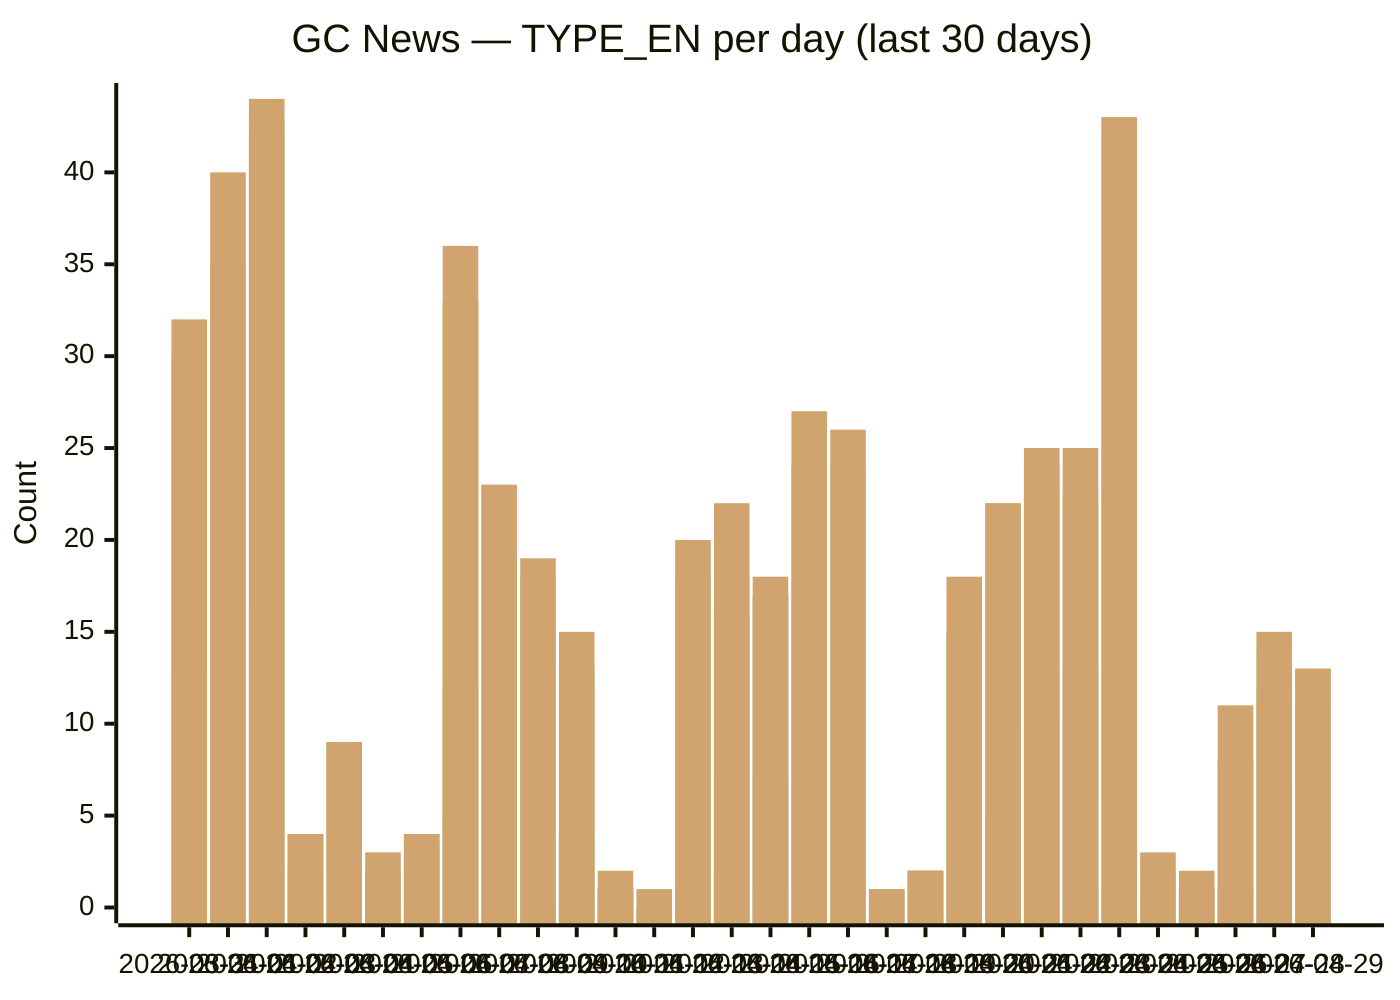
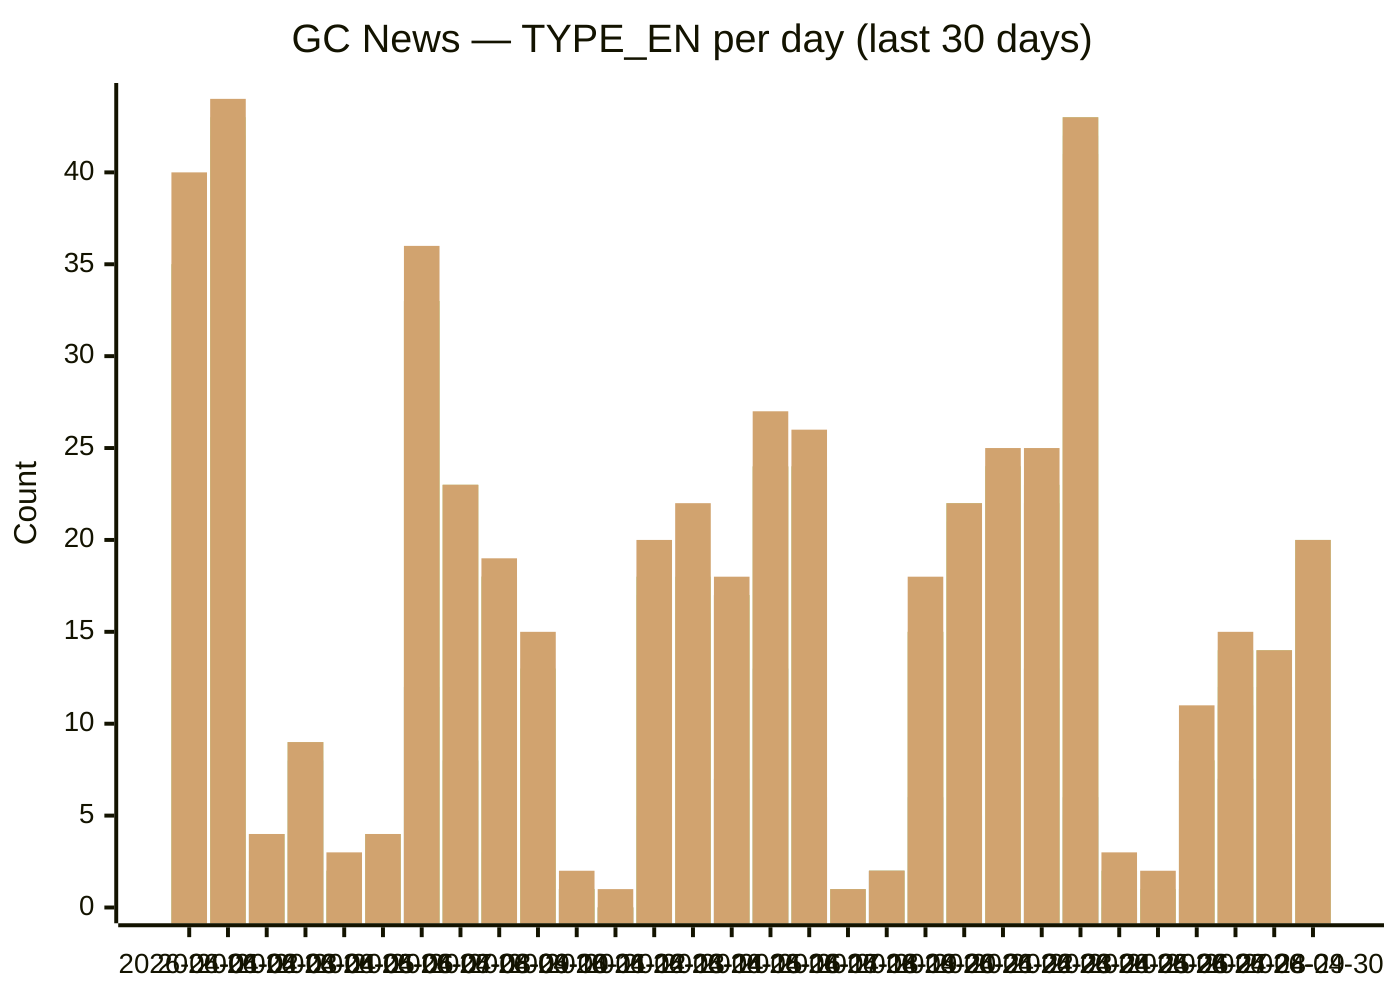
xychart-beta
  title "GC News — TYPE_EN per day (last 30 days)"
-   x-axis [2026-03-31, 2026-04-01, 2026-04-02, 2026-04-03, 2026-04-04, 2026-04-05, 2026-04-06, 2026-04-07, 2026-04-08, 2026-04-09, 2026-04-10, 2026-04-11, 2026-04-12, 2026-04-13, 2026-04-14, 2026-04-15, 2026-04-16, 2026-04-17, 2026-04-18, 2026-04-19, 2026-04-20, 2026-04-21, 2026-04-22, 2026-04-23, 2026-04-24, 2026-04-25, 2026-04-26, 2026-04-27, 2026-04-28, 2026-04-29]
+   x-axis [2026-04-01, 2026-04-02, 2026-04-03, 2026-04-04, 2026-04-05, 2026-04-06, 2026-04-07, 2026-04-08, 2026-04-09, 2026-04-10, 2026-04-11, 2026-04-12, 2026-04-13, 2026-04-14, 2026-04-15, 2026-04-16, 2026-04-17, 2026-04-18, 2026-04-19, 2026-04-20, 2026-04-21, 2026-04-22, 2026-04-23, 2026-04-24, 2026-04-25, 2026-04-26, 2026-04-27, 2026-04-28, 2026-04-29, 2026-04-30]
  y-axis "Count" 0 --> 44
-   bar backgrounders [3, 1, 5, 1, 0, 0, 0, 5, 1, 1, 0, 0, 0, 3, 2, 1, 0, 3, 0, 0, 3, 1, 2, 1, 5, 0, 0, 1, 1, 0]
-   bar "media advisories" [13, 13, 16, 2, 8, 1, 3, 12, 8, 3, 4, 1, 0, 5, 7, 7, 13, 6, 0, 2, 6, 5, 10, 13, 6, 0, 1, 1, 7, 4]
-   bar "news releases" [29, 35, 42, 4, 9, 2, 4, 33, 23, 18, 12, 1, 0, 17, 16, 17, 24, 24, 1, 2, 15, 21, 24, 22, 41, 1, 1, 8, 11, 11]
-   bar readouts [29, 35, 42, 4, 9, 2, 4, 33, 23, 18, 13, 1, 0, 18, 16, 17, 24, 24, 1, 2, 15, 22, 24, 22, 42, 2, 1, 8, 12, 11]
-   bar speeches [30, 35, 43, 4, 9, 2, 4, 33, 23, 18, 13, 1, 0, 18, 18, 17, 24, 24, 1, 2, 15, 22, 24, 23, 43, 2, 1, 8, 14, 13]
-   bar statements [32, 40, 44, 4, 9, 3, 4, 36, 23, 19, 15, 2, 1, 20, 22, 18, 27, 26, 1, 2, 18, 22, 25, 25, 43, 3, 2, 11, 15, 13]
+   bar backgrounders [1, 5, 1, 0, 0, 0, 5, 1, 1, 0, 0, 0, 3, 2, 1, 0, 3, 0, 0, 3, 1, 2, 1, 5, 0, 0, 1, 1, 0, 1]
+   bar "media advisories" [13, 16, 2, 8, 1, 3, 12, 8, 3, 4, 1, 0, 5, 7, 7, 13, 6, 0, 2, 6, 5, 10, 13, 6, 0, 1, 1, 7, 4, 13]
+   bar "news releases" [35, 42, 4, 9, 2, 4, 33, 23, 18, 12, 1, 0, 17, 16, 17, 24, 24, 1, 2, 15, 21, 24, 22, 41, 1, 1, 8, 11, 12, 19]
+   bar readouts [35, 42, 4, 9, 2, 4, 33, 23, 18, 13, 1, 0, 18, 16, 17, 24, 24, 1, 2, 15, 22, 24, 22, 42, 2, 1, 8, 12, 12, 19]
+   bar speeches [35, 43, 4, 9, 2, 4, 33, 23, 18, 13, 1, 0, 18, 18, 17, 24, 24, 1, 2, 15, 22, 24, 23, 43, 2, 1, 8, 14, 14, 20]
+   bar statements [40, 44, 4, 9, 3, 4, 36, 23, 19, 15, 2, 1, 20, 22, 18, 27, 26, 1, 2, 18, 22, 25, 25, 43, 3, 2, 11, 15, 14, 20]
